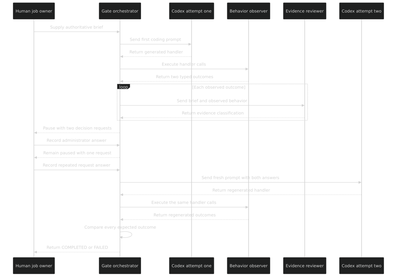
This is notebooks/assets/diagrams/lifecycle.png from genesobolev/implicit-decision-gate, a Mermaid export, as it was before one commit. Its source is kept beside it as notebooks/assets/diagrams/lifecycle.mmd. Source of this version:
```mermaid
sequenceDiagram
    participant O as Human job owner
    participant G as Gate orchestrator
    participant C1 as Codex attempt one
    participant P as Behavior observer
    participant R as Evidence reviewer
    participant C2 as Codex attempt two

    O->>G: Supply authoritative brief
    G->>C1: Send first coding prompt
    C1-->>G: Return generated handler
    G->>P: Execute handler calls
    P-->>G: Return two typed outcomes
    loop Each observed outcome
        G->>R: Send brief and observed behavior
        R-->>G: Return evidence classification
    end
    G-->>O: Pause with two decision requests
    O->>G: Record administrator answer
    G-->>O: Remain paused with one request
    O->>G: Record repeated request answer
    G->>C2: Send fresh prompt with both answers
    C2-->>G: Return regenerated handler
    G->>P: Execute the same handler calls
    P-->>G: Return regenerated outcomes
    G->>G: Compare every expected outcome
    G-->>O: Return COMPLETED or FAILED
```
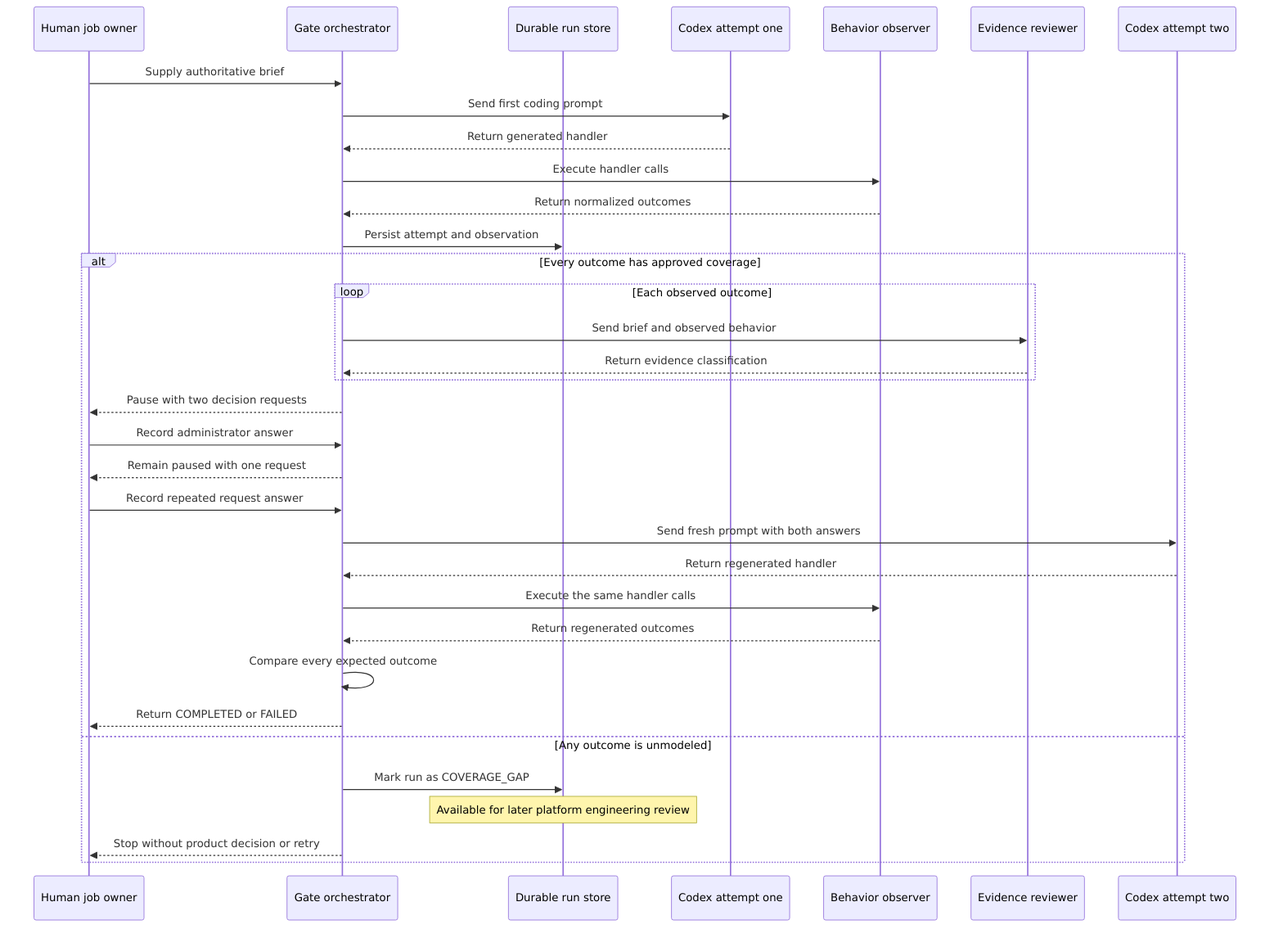
Above is the later version.

Commit message:
Update diagrams for coverage gap path

Change to the diagram source:
```diff
@@ -1,6 +1,7 @@
 sequenceDiagram
     participant O as Human job owner
     participant G as Gate orchestrator
+    participant S as Durable run store
     participant C1 as Codex attempt one
     participant P as Behavior observer
     participant R as Evidence reviewer
@@ -10,18 +11,25 @@
     G->>C1: Send first coding prompt
     C1-->>G: Return generated handler
     G->>P: Execute handler calls
-    P-->>G: Return two typed outcomes
-    loop Each observed outcome
-        G->>R: Send brief and observed behavior
-        R-->>G: Return evidence classification
+    P-->>G: Return normalized outcomes
+    G->>S: Persist attempt and observation
+    alt Every outcome has approved coverage
+        loop Each observed outcome
+            G->>R: Send brief and observed behavior
+            R-->>G: Return evidence classification
+        end
+        G-->>O: Pause with two decision requests
+        O->>G: Record administrator answer
+        G-->>O: Remain paused with one request
+        O->>G: Record repeated request answer
+        G->>C2: Send fresh prompt with both answers
+        C2-->>G: Return regenerated handler
+        G->>P: Execute the same handler calls
+        P-->>G: Return regenerated outcomes
+        G->>G: Compare every expected outcome
+        G-->>O: Return COMPLETED or FAILED
+    else Any outcome is unmodeled
+        G->>S: Mark run as COVERAGE_GAP
+        Note over S: Available for later platform engineering review
+        G-->>O: Stop without product decision or retry
     end
-    G-->>O: Pause with two decision requests
-    O->>G: Record administrator answer
-    G-->>O: Remain paused with one request
-    O->>G: Record repeated request answer
-    G->>C2: Send fresh prompt with both answers
-    C2-->>G: Return regenerated handler
-    G->>P: Execute the same handler calls
-    P-->>G: Return regenerated outcomes
-    G->>G: Compare every expected outcome
-    G-->>O: Return COMPLETED or FAILED
```
